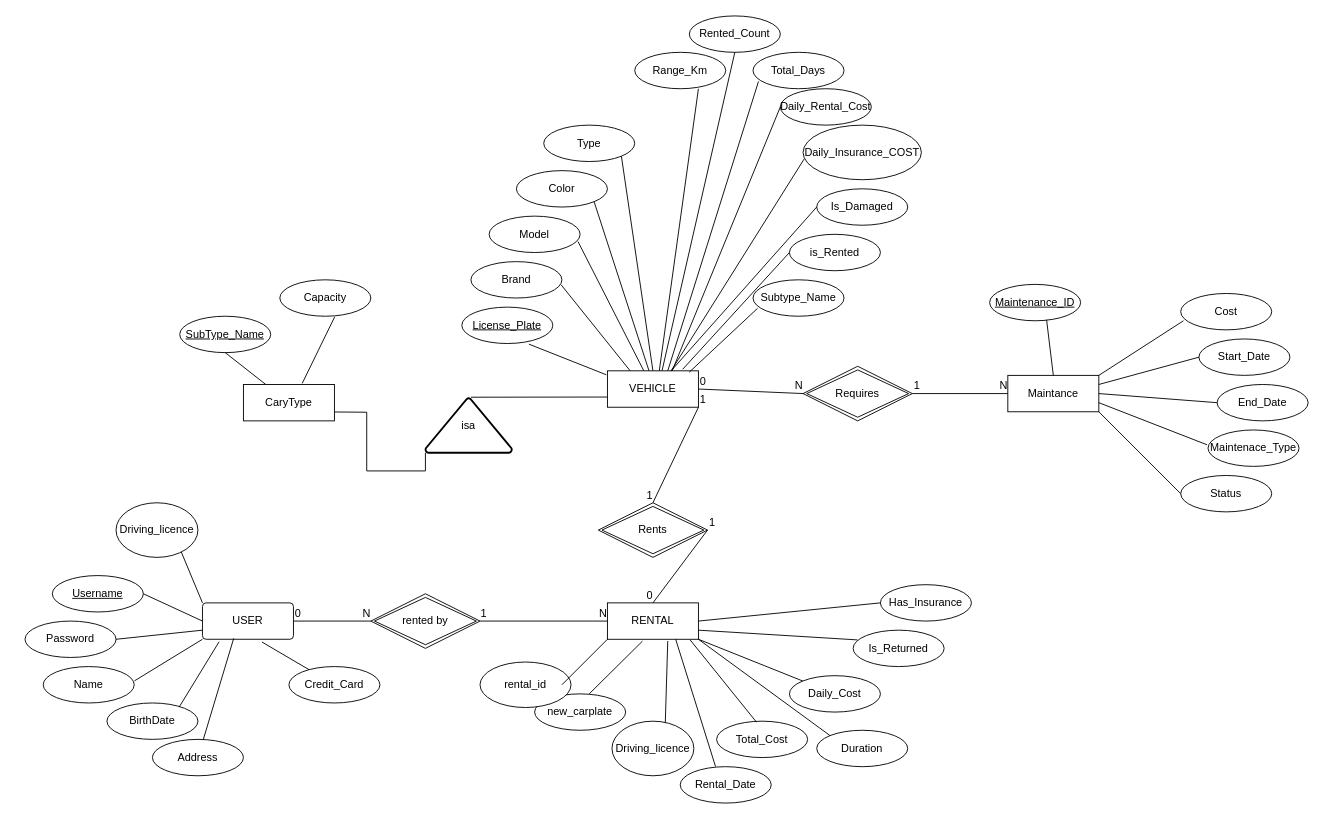
This is sxhma.ontotiton.drawio from spirosdouk/360_project, a draw.io file, before an edit. Source tidied: cells renumbered, new cells numbered last; positions are measured from the earlier drawing's top-left corner, leaving out a move shared by most shapes. Both pictures are drawn from the tidied source at 91%, with x=0, y=0 at pixel (25, 15).
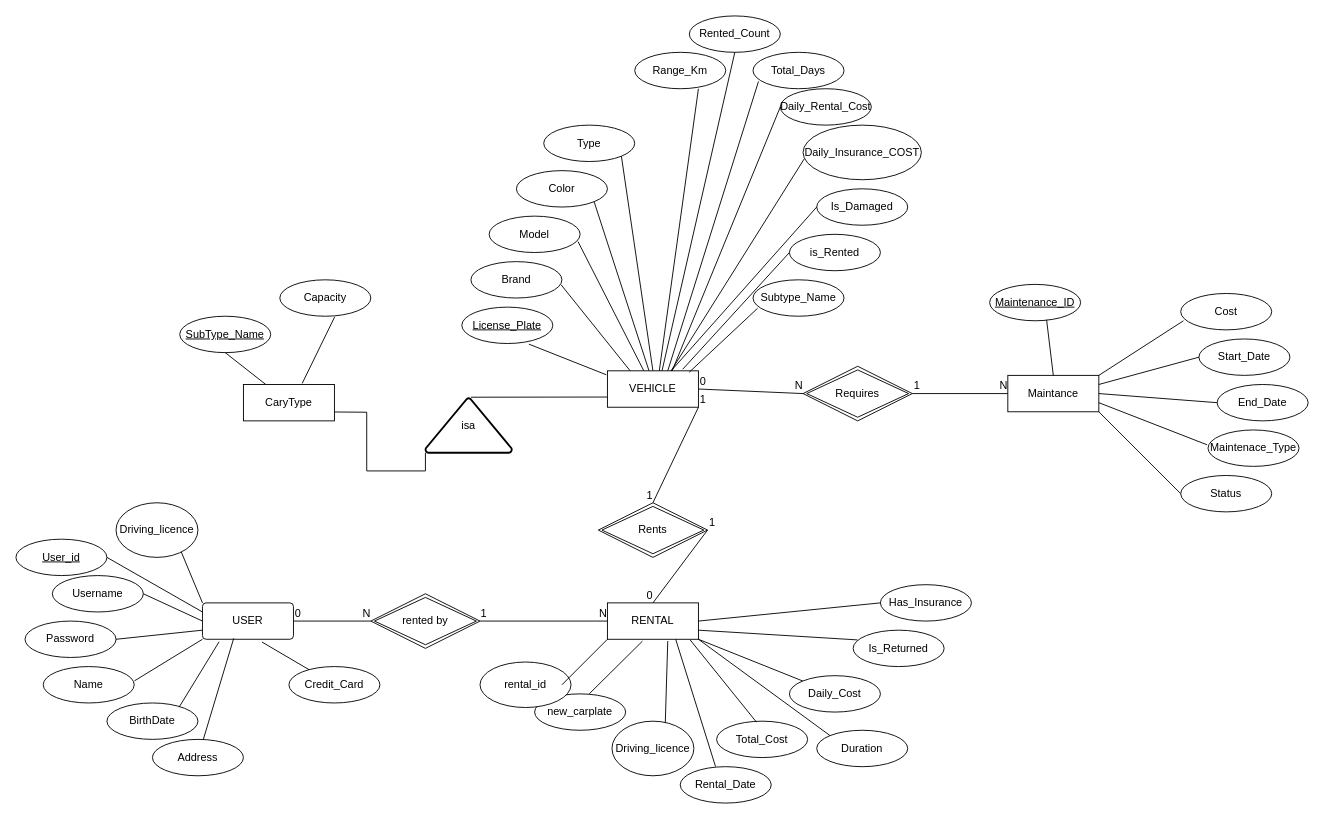
Above is the later version.

The change refers to these unchanged cells:
```xml
<mxCell id="2" value="USER" style="rounded=1;arcSize=10;whiteSpace=wrap;html=1;align=center;" parent="1" vertex="1">
  <mxGeometry x="195" y="645" width="100" height="40" as="geometry" />
</mxCell>
```

Change to the diagram source:
```diff
@@
-    <mxCell id="3" value="&lt;u&gt;Username&lt;/u&gt;" style="ellipse;whiteSpace=wrap;html=1;align=center;" parent="1" vertex="1">
+    <mxCell id="3" value="Username" style="ellipse;whiteSpace=wrap;html=1;align=center;" parent="1" vertex="1">
       <mxGeometry x="30" y="615" width="100" height="40" as="geometry" />
     </mxCell>
@@
+    <mxCell id="105" value="User_id" style="ellipse;whiteSpace=wrap;html=1;align=center;fontStyle=4;" parent="1" vertex="1">
+      <mxGeometry x="-10" y="575" width="100" height="40" as="geometry" />
+    </mxCell>
+    <mxCell id="106" style="endArrow=none;html=1;rounded=0;exitX=1;exitY=0.5;exitDx=0;exitDy=0;entryX=0;entryY=0.25;entryDx=0;entryDy=0;" parent="1" edge="1" source="105" target="2">
+      <mxGeometry relative="1" as="geometry" />
+    </mxCell>
```
